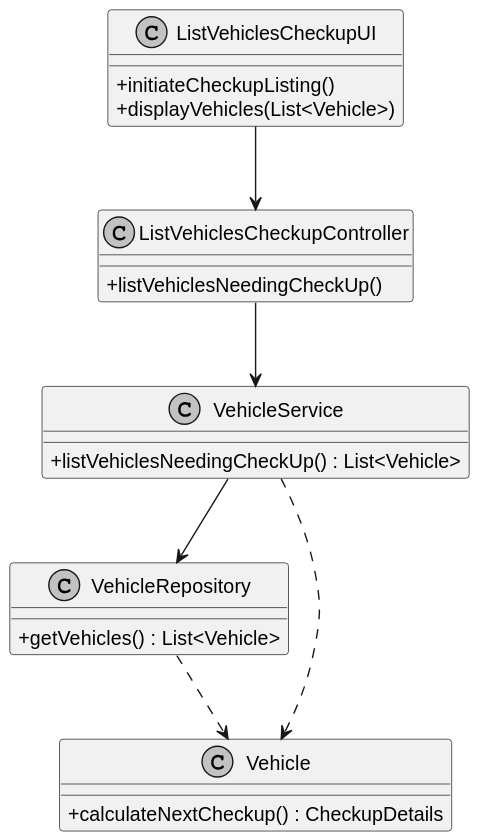
Earlier version of the PlantUML export docs/sprintC/us008/03.design/svg/us08-class-diagram.svg (Mendoncaa/LAPR2). Source of this version:
```plantuml
@startuml
skinparam monochrome true
skinparam classAttributeIconSize 0



class ListVehiclesCheckupUI {
    + initiateCheckupListing()
    + displayVehicles(List<Vehicle>)
}

class ListVehiclesCheckupController {
    + listVehiclesNeedingCheckUp()
}

class VehicleService {
    + listVehiclesNeedingCheckUp() : List<Vehicle>
}

class VehicleRepository {
    + getVehicles() : List<Vehicle>
}

class Vehicle {
    + calculateNextCheckup() : CheckupDetails
}


ListVehiclesCheckupUI --> ListVehiclesCheckupController
ListVehiclesCheckupController --> VehicleService
VehicleService --> VehicleRepository
VehicleRepository ..> Vehicle
VehicleService ..> Vehicle
@enduml
```
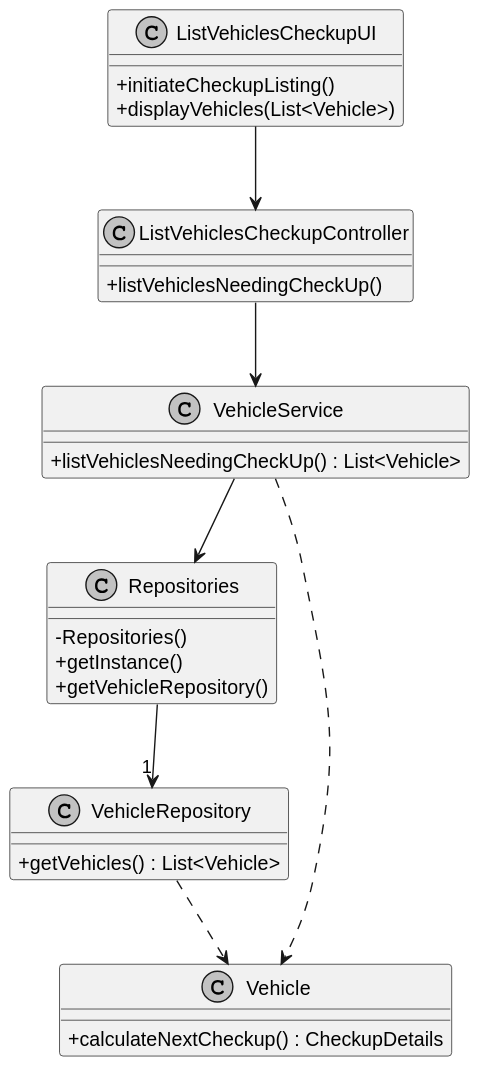
The same file after the commit.

Commit message:
US005 and US008 SINGLETON fix on Sequence Diagram.

The edit, as a diff of the source:
```diff
@@ -17,6 +17,12 @@
     + listVehiclesNeedingCheckUp() : List<Vehicle>
 }
 
+class Repositories {
+    -Repositories()
+    +getInstance()
+    + getVehicleRepository()
+}
+
 class VehicleRepository {
     + getVehicles() : List<Vehicle>
 }
@@ -28,7 +34,8 @@
 
 ListVehiclesCheckupUI --> ListVehiclesCheckupController
 ListVehiclesCheckupController --> VehicleService
-VehicleService --> VehicleRepository
+VehicleService --> Repositories
+Repositories --> "1" VehicleRepository
 VehicleRepository ..> Vehicle
 VehicleService ..> Vehicle
 @enduml
```
